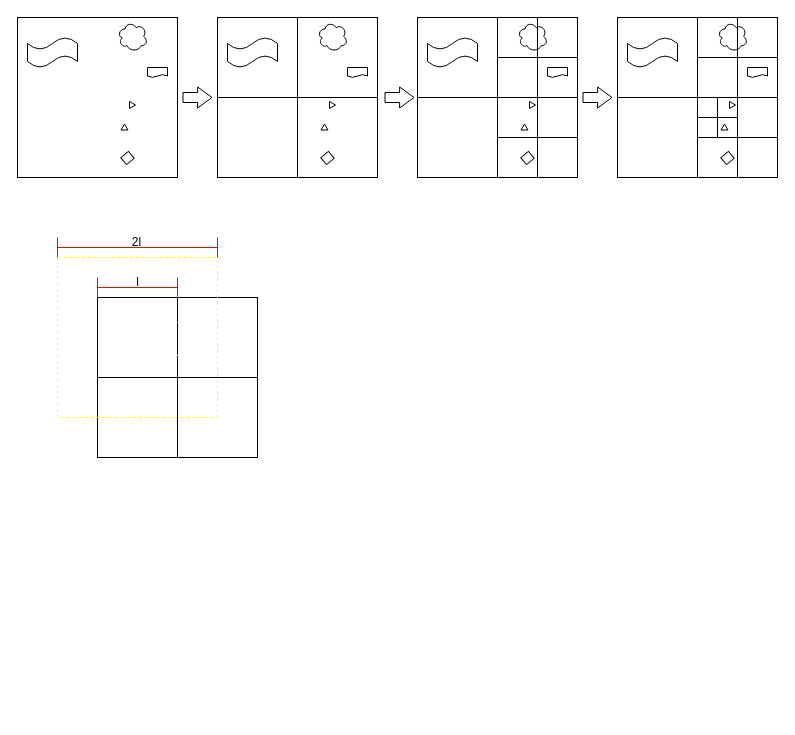
This is page "Page-1" (1 of 3) of file/Algorithm/Octree.drawio from FallingXun/FallingXun.github.io, a draw.io file, before an edit. Source tidied: cells renumbered, new cells numbered last; positions are measured from the earlier drawing's top-left corner, leaving out a move shared by most shapes. Both pictures are drawn from the tidied source at 100%, with x=0, y=0 at pixel (17, 17).
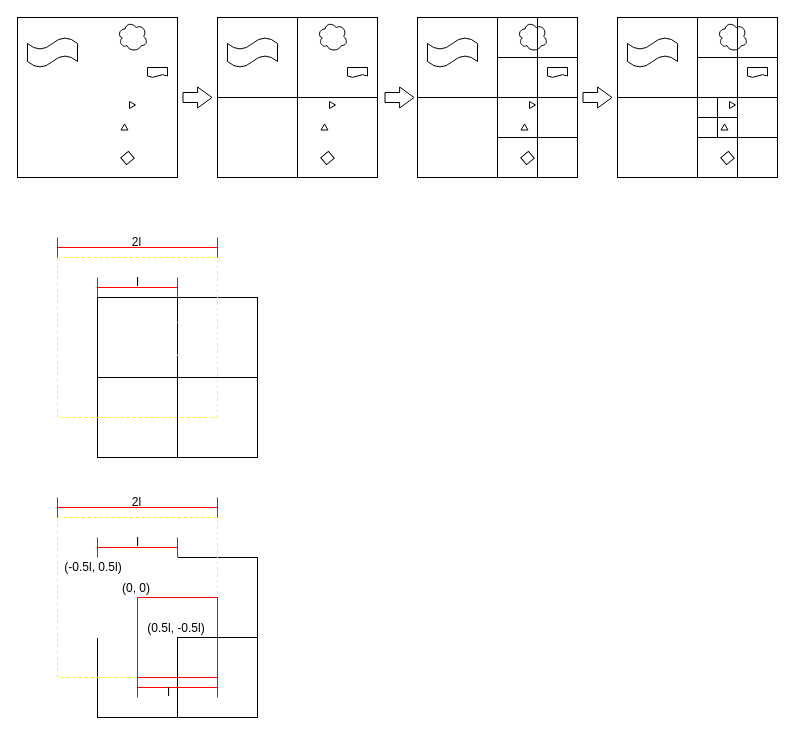
After the change.

Change to the diagram source:
```diff
@@
+    <mxCell id="60" style="whiteSpace=wrap;html=1;fillColor=none;" parent="1" vertex="1">
+      <mxGeometry x="80" y="540" width="160" height="160" as="geometry" />
+    </mxCell>
+    <mxCell id="61" style="whiteSpace=wrap;html=1;fillColor=none;dashed=1;strokeColor=#FFFF00;" parent="1" vertex="1">
+      <mxGeometry x="40" y="500" width="160" height="160" as="geometry" />
+    </mxCell>
+    <mxCell id="62" style="rounded=0;whiteSpace=wrap;html=1;strokeColor=#FFFFFF;fillColor=none;" parent="1" vertex="1">
+      <mxGeometry x="80" y="540" width="80" height="80" as="geometry" />
+    </mxCell>
+    <mxCell id="63" style="whiteSpace=wrap;html=1;fillColor=none;strokeColor=#FF0000;" parent="1" vertex="1">
+      <mxGeometry x="120" y="580" width="80" height="80" as="geometry" />
+    </mxCell>
+    <mxCell id="64" style="whiteSpace=wrap;html=1;fillColor=none;" parent="1" vertex="1">
+      <mxGeometry x="160" y="620" width="80" height="80" as="geometry" />
+    </mxCell>
+    <mxCell id="65" style="shape=crossbar;whiteSpace=wrap;html=1;rounded=1;strokeColor=#FF0000;fillColor=none;" parent="1" vertex="1">
+      <mxGeometry x="40" y="480" width="160" height="20" as="geometry" />
+    </mxCell>
+    <mxCell id="66" value="2l&lt;br&gt;" style="text;html=1;align=center;verticalAlign=middle;strokeColor=none;fillColor=none;" parent="1" vertex="1">
+      <mxGeometry x="104" y="470" width="30" height="30" as="geometry" />
+    </mxCell>
+    <mxCell id="67" style="shape=crossbar;whiteSpace=wrap;html=1;rounded=1;strokeColor=#FF0000;fillColor=none;" parent="1" vertex="1">
+      <mxGeometry x="80" y="520" width="80" height="20" as="geometry" />
+    </mxCell>
+    <mxCell id="68" value="l" style="text;html=1;align=center;verticalAlign=middle;strokeColor=none;fillColor=none;" parent="1" vertex="1">
+      <mxGeometry x="105" y="510" width="30" height="30" as="geometry" />
+    </mxCell>
+    <mxCell id="69" style="shape=crossbar;whiteSpace=wrap;html=1;rounded=1;strokeColor=#FF0000;fillColor=none;" parent="1" vertex="1">
+      <mxGeometry x="120" y="660" width="80" height="20" as="geometry" />
+    </mxCell>
+    <mxCell id="70" value="l" style="text;html=1;align=center;verticalAlign=middle;strokeColor=none;fillColor=none;" parent="1" vertex="1">
+      <mxGeometry x="135.5" y="660" width="30" height="30" as="geometry" />
+    </mxCell>
+    <mxCell id="71" value="(0, 0)" style="text;html=1;strokeColor=none;fillColor=none;align=center;verticalAlign=middle;whiteSpace=wrap;rounded=0;" parent="1" vertex="1">
+      <mxGeometry x="89" y="556" width="60" height="30" as="geometry" />
+    </mxCell>
+    <mxCell id="72" value="(0.5l, -0.5l)" style="text;html=1;strokeColor=none;fillColor=none;align=center;verticalAlign=middle;whiteSpace=wrap;rounded=0;" parent="1" vertex="1">
+      <mxGeometry x="129" y="596" width="60" height="30" as="geometry" />
+    </mxCell>
+    <mxCell id="73" value="(-0.5l, 0.5l)" style="text;html=1;strokeColor=none;fillColor=none;align=center;verticalAlign=middle;whiteSpace=wrap;rounded=0;" parent="1" vertex="1">
+      <mxGeometry x="46" y="535" width="60" height="30" as="geometry" />
+    </mxCell>
```
